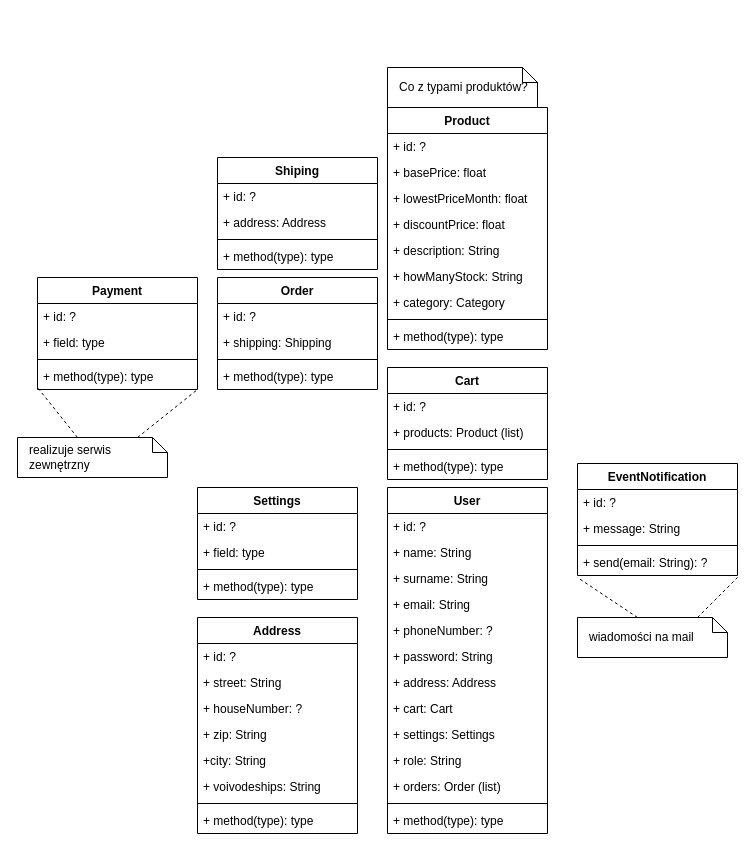
Before: Diagram bez tytułu.drawio in Wadowski-Mateusz/TO_project, a draw.io diagram. Source tidied: cells renumbered, new cells numbered last; positions are measured from the earlier drawing's top-left corner, leaving out a move shared by most shapes. Both pictures are drawn from the tidied source at 100%, with x=0, y=0 at pixel (17, 67).
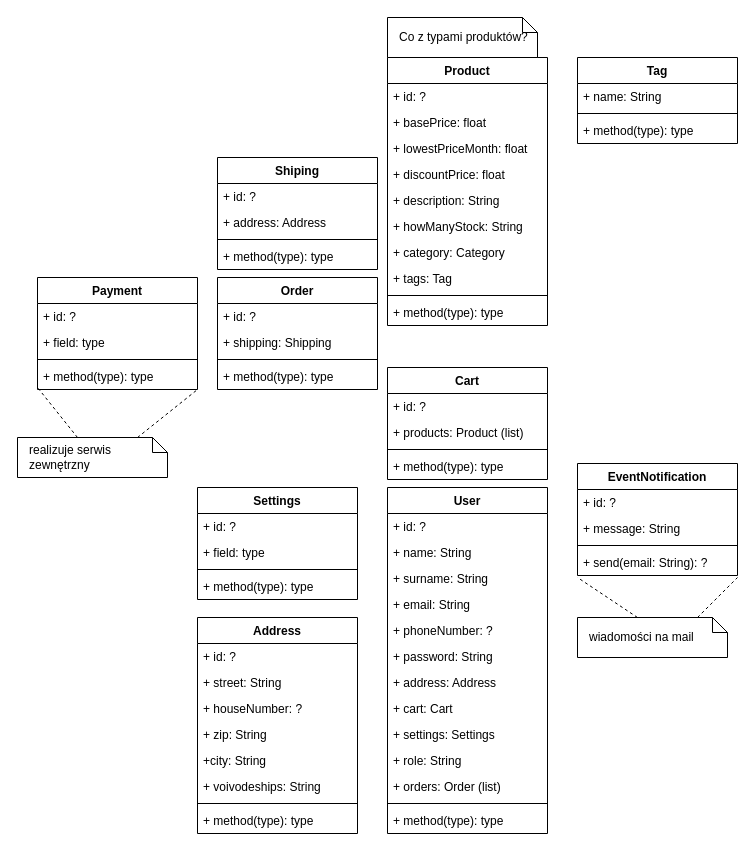
After the change.

Change to the diagram source:
```diff
@@
     <mxCell id="16" value="Product" style="swimlane;fontStyle=1;align=center;verticalAlign=top;horizontal=1;startSize=26;" parent="1" vertex="1">
-      <mxGeometry x="370" y="40" width="160" height="242" as="geometry" />
+      <mxGeometry x="370" y="-10" width="160" height="268" as="geometry" />
     </mxCell>
@@
+    <mxCell id="72" value="+ tags: Tag" style="text;strokeColor=none;fillColor=none;align=left;verticalAlign=top;spacingLeft=4;spacingRight=4;overflow=hidden;" parent="16" vertex="1">
+      <mxGeometry y="208" width="160" height="26" as="geometry" />
+    </mxCell>
     <mxCell id="24" style="line;strokeWidth=1;fillColor=none;align=left;verticalAlign=middle;spacingTop=-1;spacingLeft=3;spacingRight=3;labelPosition=right;strokeColor=inherit;" parent="16" vertex="1">
-      <mxGeometry y="208" width="160" height="8" as="geometry" />
+      <mxGeometry y="234" width="160" height="8" as="geometry" />
     </mxCell>
     <mxCell id="25" value="+ method(type): type" style="text;strokeColor=none;fillColor=none;align=left;verticalAlign=top;spacingLeft=4;spacingRight=4;overflow=hidden;" parent="16" vertex="1">
-      <mxGeometry y="216" width="160" height="26" as="geometry" />
+      <mxGeometry y="242" width="160" height="26" as="geometry" />
     </mxCell>
@@
     <mxCell id="71" value="Co z typami produktów?" style="shape=note;size=15;align=left;spacingLeft=10;html=1;whiteSpace=wrap;" parent="1" vertex="1">
-      <mxGeometry x="370" width="150" height="40" as="geometry" />
+      <mxGeometry x="370" y="-50" width="150" height="40" as="geometry" />
     </mxCell>
+    <mxCell id="73" value="Tag" style="swimlane;fontStyle=1;align=center;verticalAlign=top;horizontal=1;startSize=26;" parent="1" vertex="1">
+      <mxGeometry x="560" y="-10" width="160" height="86" as="geometry" />
+    </mxCell>
+    <mxCell id="74" value="+ name: String" style="text;strokeColor=none;fillColor=none;align=left;verticalAlign=top;spacingLeft=4;spacingRight=4;overflow=hidden;" parent="73" vertex="1">
+      <mxGeometry y="26" width="160" height="26" as="geometry" />
+    </mxCell>
+    <mxCell id="75" style="line;strokeWidth=1;fillColor=none;align=left;verticalAlign=middle;spacingTop=-1;spacingLeft=3;spacingRight=3;labelPosition=right;strokeColor=inherit;" parent="73" vertex="1">
+      <mxGeometry y="52" width="160" height="8" as="geometry" />
+    </mxCell>
+    <mxCell id="76" value="+ method(type): type" style="text;strokeColor=none;fillColor=none;align=left;verticalAlign=top;spacingLeft=4;spacingRight=4;overflow=hidden;" parent="73" vertex="1">
+      <mxGeometry y="60" width="160" height="26" as="geometry" />
+    </mxCell>
```
